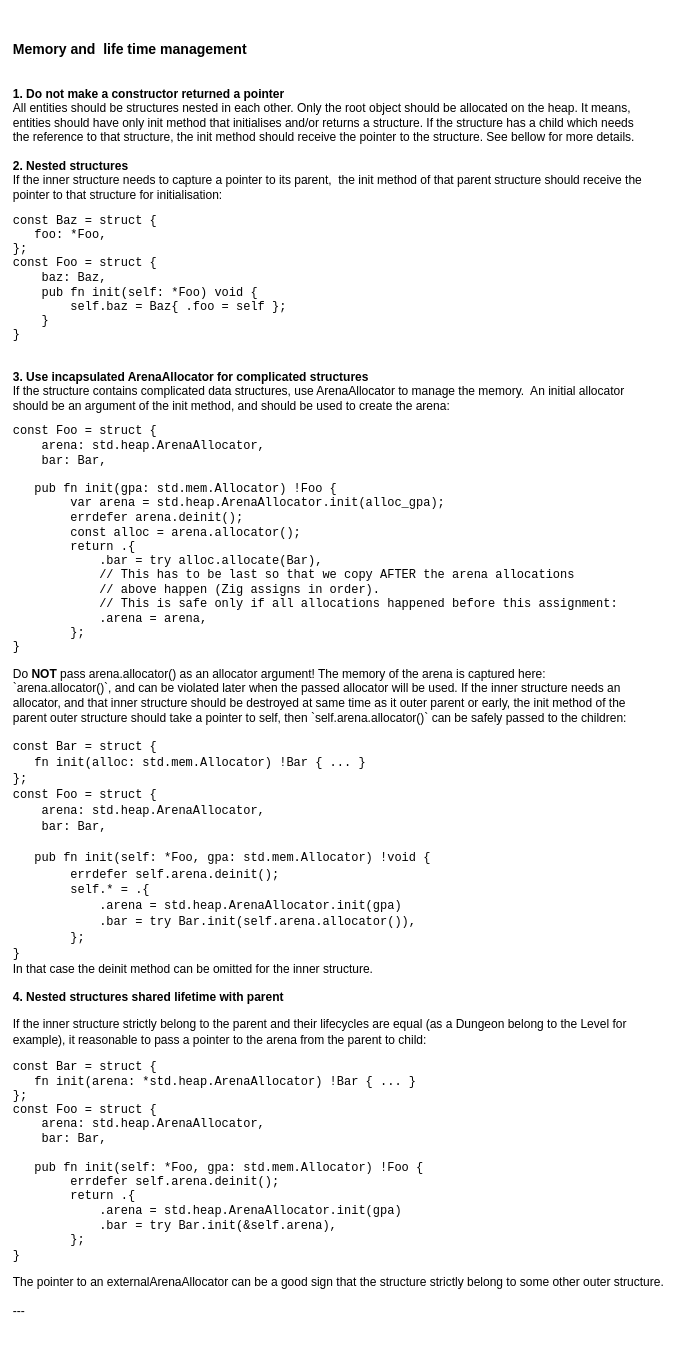
Above: page "Memory and life time management" (2 of 11) of docs/schemas.drawio in vladimir-popov/forgotten_catacombs (draw.io), before the change. Source tidied: cells renumbered, new cells numbered last; positions are measured from the earlier drawing's top-left corner, leaving out a move shared by most shapes. Both pictures are drawn from the tidied source at 75%, with x=0, y=0 at pixel (13, 13).
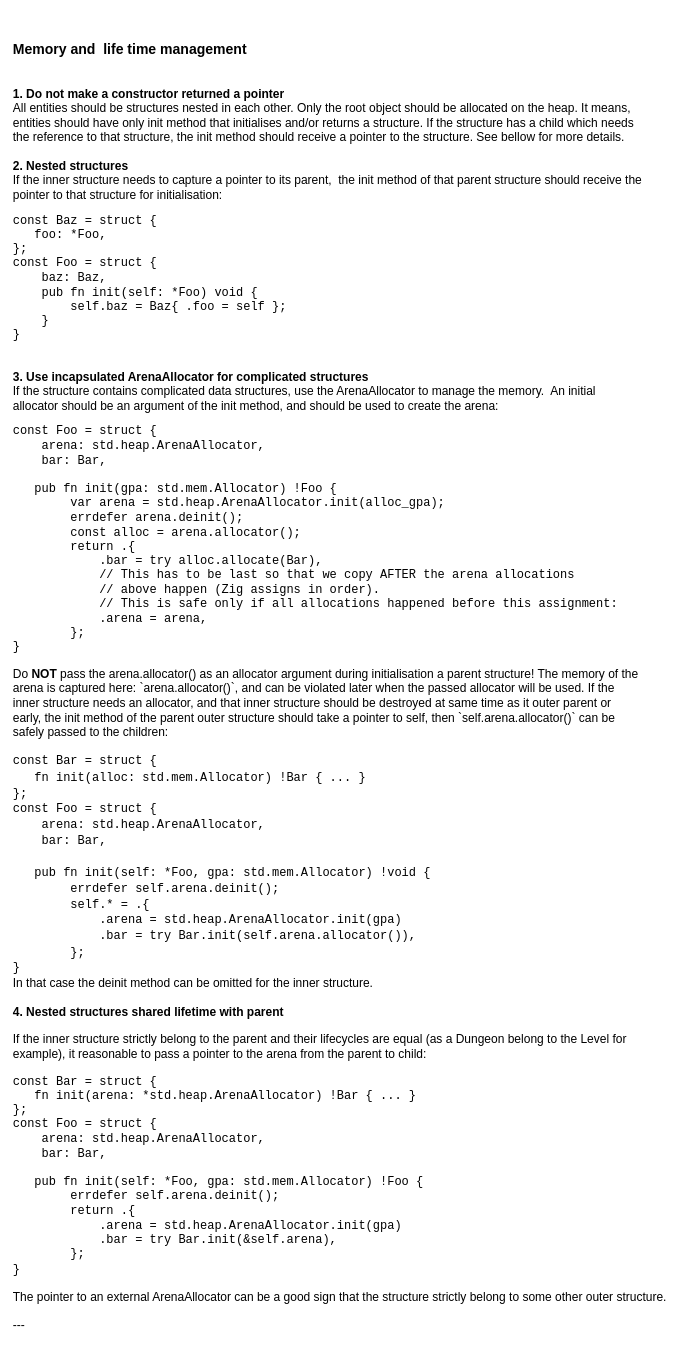
Above is the later version.

Commit message (it also covers changes not shown here):
Add more details to enemies description

Change to the diagram source:
```diff
@@
 <mxGraphModel>
   <root>
     <mxCell id="0" />
     <mxCell id="1" parent="0" />
-    <mxCell id="2" value="&lt;br&gt;&lt;h3&gt;Memory and&amp;nbsp; life time management&lt;/h3&gt;&lt;br&gt;&lt;b&gt;1. Do not make a constructor returned a pointer&lt;br&gt;&lt;/b&gt;All entities should be structures nested in each other. Only the root object should be allocated on the heap. It means, entities should have only init method that initialises and/or returns a structure. If the structure has a child which needs the reference to that structure, the init method should receive the pointer to the structure. See bellow for more details.&lt;div&gt;&lt;b&gt;&lt;br class=&quot;Apple-interchange-newline&quot;&gt;2. Nested structures&lt;br&gt;&lt;/b&gt;&lt;span style=&quot;background-color: initial;&quot;&gt;If the inner structure needs to capture a pointer to its parent,&amp;nbsp;&lt;/span&gt;&amp;nbsp;the init method of that parent structure should receive the pointer to that structure for initialisation:&lt;/div&gt;&lt;div&gt;&lt;pre&gt;const Baz = struct {&lt;br&gt;   foo: *Foo,&lt;br&gt;};&lt;br&gt;const Foo = struct {&amp;nbsp;&lt;br&gt;&amp;nbsp; &amp;nbsp; baz: Baz,&lt;br&gt;    pub fn init(self: *Foo) void {&lt;br&gt;        self.baz = Baz{ .foo = self };&lt;br&gt;    }&lt;br&gt;}&lt;/pre&gt;&lt;br&gt;&lt;b&gt;3. Use incapsulated ArenaAllocator for complicated structures&lt;br&gt;&lt;/b&gt;If the structure contains complicated data structures, use ArenaAllocator to manage the memory.&amp;nbsp; An initial allocator should be an argument of the init method, and should be used to create the arena:&lt;br&gt;&lt;pre&gt;const Foo = struct {&amp;nbsp;&lt;br&gt;&amp;nbsp; &amp;nbsp; arena: std.heap.ArenaAllocator,&lt;br&gt;&amp;nbsp; &amp;nbsp; bar: Bar,&lt;br&gt;&amp;nbsp; &amp;nbsp;&lt;br&gt;&amp;nbsp; &amp;nbsp;pub fn init(gpa: std.mem.Allocator) !Foo {&lt;br&gt;&amp;nbsp; &amp;nbsp; &amp;nbsp; &amp;nbsp; var arena =&amp;nbsp;std.heap.ArenaAllocator.init(alloc_gpa);&lt;br&gt;&amp;nbsp; &amp;nbsp; &amp;nbsp; &amp;nbsp; errdefer arena.deinit();&lt;br&gt;&amp;nbsp; &amp;nbsp; &amp;nbsp; &amp;nbsp; const alloc = arena.allocator();&amp;nbsp; &amp;nbsp; &amp;nbsp; &amp;nbsp; &lt;br&gt;        return .{&lt;br&gt;&amp;nbsp; &amp;nbsp; &amp;nbsp; &amp;nbsp; &amp;nbsp; &amp;nbsp; .bar = try alloc.allocate(Bar),&amp;nbsp; &amp;nbsp; &amp;nbsp; &amp;nbsp; &amp;nbsp; &amp;nbsp;&amp;nbsp;&lt;br&gt;            // This has to be last so that we copy AFTER the arena allocations&lt;br&gt;&amp;nbsp; &amp;nbsp; &amp;nbsp; &amp;nbsp; &amp;nbsp; &amp;nbsp; // above happen (Zig assigns in order).&lt;br&gt;            // This is safe only if all allocations happened before this assignment:&lt;br&gt;&amp;nbsp; &amp;nbsp; &amp;nbsp; &amp;nbsp; &amp;nbsp; &amp;nbsp; .arena = arena,&lt;br&gt;&amp;nbsp; &amp;nbsp; &amp;nbsp; &amp;nbsp; };&lt;br&gt;}&lt;/pre&gt;&lt;div&gt;Do &lt;b&gt;NOT&lt;/b&gt; pass arena.allocator() as an allocator argument! The memory of the arena is captured here: `arena.allocator()`, and can be violated later when the passed allocator will be used. If the inner structure needs an allocator, and that inner structure should be destroyed at same time as it outer parent or early, the init method of the parent outer structure should take a pointer to self, then `self.arena.allocator()` can be safely passed to the children:&lt;/div&gt;&lt;div&gt;&lt;br&gt;&lt;/div&gt;&lt;div&gt;&lt;span style=&quot;font-family: monospace; white-space: pre;&quot;&gt;const Bar = struct {&lt;/span&gt;&lt;br style=&quot;font-family: monospace; white-space: pre;&quot;&gt;&lt;span style=&quot;font-family: monospace; white-space: pre;&quot;&gt;   fn init(alloc: std.mem.Allocator) !Bar { ... }&lt;/span&gt;&lt;br style=&quot;font-family: monospace; white-space: pre;&quot;&gt;&lt;span style=&quot;font-family: monospace; white-space: pre;&quot;&gt;};&lt;/span&gt;&lt;br style=&quot;font-family: monospace; white-space: pre;&quot;&gt;&lt;span style=&quot;font-family: monospace; white-space: pre;&quot;&gt;const Foo = struct {&amp;nbsp;&lt;/span&gt;&lt;br style=&quot;font-family: monospace; white-space: pre;&quot;&gt;&lt;span style=&quot;font-family: monospace; white-space: pre;&quot;&gt;&amp;nbsp; &amp;nbsp; arena: std.heap.ArenaAllocator,&lt;/span&gt;&lt;br style=&quot;font-family: monospace; white-space: pre;&quot;&gt;&lt;span style=&quot;font-family: monospace; white-space: pre;&quot;&gt;&amp;nbsp; &amp;nbsp; bar: Bar,&lt;/span&gt;&lt;br style=&quot;font-family: monospace; white-space: pre;&quot;&gt;&lt;span style=&quot;font-family: monospace; white-space: pre;&quot;&gt;&amp;nbsp; &amp;nbsp;&lt;/span&gt;&lt;br style=&quot;font-family: monospace; white-space: pre;&quot;&gt;&lt;span style=&quot;font-family: monospace; white-space: pre;&quot;&gt;&amp;nbsp; &amp;nbsp;pub fn init(self: *Foo, gpa: std.mem.Allocator) !void {&lt;/span&gt;&lt;br style=&quot;font-family: monospace; white-space: pre;&quot;&gt;&lt;span style=&quot;font-family: monospace; white-space: pre;&quot;&gt;&amp;nbsp; &amp;nbsp; &amp;nbsp; &amp;nbsp; errdefer self.arena.deinit();&amp;nbsp; &amp;nbsp; &amp;nbsp; &amp;nbsp; &lt;/span&gt;&lt;br style=&quot;font-family: monospace; white-space: pre;&quot;&gt;&lt;span style=&quot;font-family: monospace; white-space: pre;&quot;&gt;        self.* = .{&lt;/span&gt;&lt;br style=&quot;font-family: monospace; white-space: pre;&quot;&gt;&lt;span style=&quot;font-family: monospace; white-space: pre;&quot;&gt;            .arena =&amp;nbsp;std.heap.ArenaAllocator.init(gpa)&lt;/span&gt;&lt;br style=&quot;font-family: monospace; white-space: pre;&quot;&gt;&lt;span style=&quot;font-family: monospace; white-space: pre;&quot;&gt;&amp;nbsp; &amp;nbsp; &amp;nbsp; &amp;nbsp; &amp;nbsp; &amp;nbsp; .bar = try Bar.init(self.arena.allocator()),&lt;/span&gt;&lt;br style=&quot;font-family: monospace; white-space: pre;&quot;&gt;&lt;span style=&quot;font-family: monospace; white-space: pre;&quot;&gt;&amp;nbsp; &amp;nbsp; &amp;nbsp; &amp;nbsp; };&lt;/span&gt;&lt;br style=&quot;font-family: monospace; white-space: pre;&quot;&gt;&lt;span style=&quot;font-family: monospace; white-space: pre;&quot;&gt;}&lt;/span&gt;&lt;span style=&quot;background-color: initial;&quot;&gt;&amp;nbsp;&lt;/span&gt;&lt;/div&gt;&lt;div&gt;&lt;span style=&quot;background-color: initial;&quot;&gt;In that case the deinit method can be omitted for the inner structure.&lt;/span&gt;&lt;br&gt;&lt;/div&gt;&lt;div&gt;&lt;br&gt;&lt;b&gt;4. Nested structures shared lifetime with parent&lt;br&gt;&lt;/b&gt;&lt;pre&gt;&lt;p&gt;&lt;font face=&quot;Helvetica&quot;&gt;&lt;span style=&quot;white-space: normal;&quot;&gt;If the inner structure strictly belong to the parent and their lifecycles are equal&amp;nbsp;&lt;/span&gt;&lt;/font&gt;&lt;span style=&quot;font-family: Helvetica; white-space: normal; background-color: initial;&quot;&gt;(as a Dungeon belong to the Level for example)&lt;/span&gt;&lt;span style=&quot;white-space: normal; font-family: Helvetica; background-color: initial;&quot;&gt;, it reasonable to pass a pointer to the arena from the parent to child:&lt;/span&gt;&lt;/p&gt;&lt;p&gt;const Bar = struct {&lt;br&gt;   fn init(arena: *std.heap.ArenaAllocator) !Bar { ... }&lt;br&gt;};&lt;br&gt;const Foo = struct {&amp;nbsp;&lt;br&gt;&amp;nbsp; &amp;nbsp; arena: std.heap.ArenaAllocator,&lt;br&gt;&amp;nbsp; &amp;nbsp; bar: Bar,&lt;br&gt;&amp;nbsp; &amp;nbsp;&lt;br&gt;&amp;nbsp; &amp;nbsp;pub fn init(self: *Foo, gpa: std.mem.Allocator) !Foo {&lt;br&gt;&amp;nbsp; &amp;nbsp; &amp;nbsp; &amp;nbsp; errdefer self.arena.deinit(); &amp;nbsp; &amp;nbsp; &amp;nbsp; &lt;br&gt;        return .{&lt;br&gt;            .arena =&amp;nbsp;std.heap.ArenaAllocator.init(gpa)&lt;br&gt;&amp;nbsp; &amp;nbsp; &amp;nbsp; &amp;nbsp; &amp;nbsp; &amp;nbsp; .bar = try Bar.init(&amp;amp;self.arena),&lt;br&gt;&amp;nbsp; &amp;nbsp; &amp;nbsp; &amp;nbsp; };&lt;br&gt;}&lt;span style=&quot;white-space: normal; font-family: Helvetica; background-color: initial;&quot;&gt;&lt;br&gt;&lt;/span&gt;&lt;/p&gt;&lt;p&gt;&lt;font face=&quot;Helvetica&quot;&gt;The pointer to an externalArenaAllocator can be a good sign that the structure strictly belong to some other outer structure.&lt;/font&gt;&lt;/p&gt;&lt;p&gt;&lt;span style=&quot;white-space: normal; font-family: Helvetica; background-color: initial;&quot;&gt;---&lt;/span&gt;&lt;/p&gt;&lt;/pre&gt;&lt;/div&gt;&lt;/div&gt;" style="text;html=1;overflow=block;rounded=0;spacing=5;spacingLeft=0;spacingRight=0;fontSize=16;whiteSpace=wrap;" parent="1" vertex="1">
+    <mxCell id="2" value="&lt;br&gt;&lt;h3&gt;Memory and&amp;nbsp; life time management&lt;/h3&gt;&lt;br&gt;&lt;b&gt;1. Do not make a constructor returned a pointer&lt;br&gt;&lt;/b&gt;All entities should be structures nested in each other. Only the root object should be allocated on the heap. It means, entities should have only init method that initialises and/or returns a structure. If the structure has a child which needs the reference to that structure, the init method should receive a pointer to the structure. See bellow for more details.&lt;div&gt;&lt;b&gt;&lt;br class=&quot;Apple-interchange-newline&quot;&gt;2. Nested structures&lt;br&gt;&lt;/b&gt;&lt;span style=&quot;background-color: initial;&quot;&gt;If the inner structure needs to capture a pointer to its parent,&amp;nbsp;&lt;/span&gt;&amp;nbsp;the init method of that parent structure should receive the pointer to that structure for initialisation:&lt;/div&gt;&lt;div&gt;&lt;pre&gt;const Baz = struct {&lt;br&gt;   foo: *Foo,&lt;br&gt;};&lt;br&gt;const Foo = struct {&amp;nbsp;&lt;br&gt;&amp;nbsp; &amp;nbsp; baz: Baz,&lt;br&gt;    pub fn init(self: *Foo) void {&lt;br&gt;        self.baz = Baz{ .foo = self };&lt;br&gt;    }&lt;br&gt;}&lt;/pre&gt;&lt;br&gt;&lt;b&gt;3. Use incapsulated ArenaAllocator for complicated structures&lt;br&gt;&lt;/b&gt;If the structure contains complicated data structures, use the ArenaAllocator to manage the memory.&amp;nbsp; An initial allocator should be an argument of the init method, and should be used to create the arena:&lt;br&gt;&lt;pre&gt;const Foo = struct {&amp;nbsp;&lt;br&gt;&amp;nbsp; &amp;nbsp; arena: std.heap.ArenaAllocator,&lt;br&gt;&amp;nbsp; &amp;nbsp; bar: Bar,&lt;br&gt;&amp;nbsp; &amp;nbsp;&lt;br&gt;&amp;nbsp; &amp;nbsp;pub fn init(gpa: std.mem.Allocator) !Foo {&lt;br&gt;&amp;nbsp; &amp;nbsp; &amp;nbsp; &amp;nbsp; var arena =&amp;nbsp;std.heap.ArenaAllocator.init(alloc_gpa);&lt;br&gt;&amp;nbsp; &amp;nbsp; &amp;nbsp; &amp;nbsp; errdefer arena.deinit();&lt;br&gt;&amp;nbsp; &amp;nbsp; &amp;nbsp; &amp;nbsp; const alloc = arena.allocator();&amp;nbsp; &amp;nbsp; &amp;nbsp; &amp;nbsp; &lt;br&gt;        return .{&lt;br&gt;&amp;nbsp; &amp;nbsp; &amp;nbsp; &amp;nbsp; &amp;nbsp; &amp;nbsp; .bar = try alloc.allocate(Bar),&amp;nbsp; &amp;nbsp; &amp;nbsp; &amp;nbsp; &amp;nbsp; &amp;nbsp;&amp;nbsp;&lt;br&gt;            // This has to be last so that we copy AFTER the arena allocations&lt;br&gt;&amp;nbsp; &amp;nbsp; &amp;nbsp; &amp;nbsp; &amp;nbsp; &amp;nbsp; // above happen (Zig assigns in order).&lt;br&gt;            // This is safe only if all allocations happened before this assignment:&lt;br&gt;&amp;nbsp; &amp;nbsp; &amp;nbsp; &amp;nbsp; &amp;nbsp; &amp;nbsp; .arena = arena,&lt;br&gt;&amp;nbsp; &amp;nbsp; &amp;nbsp; &amp;nbsp; };&lt;br&gt;}&lt;/pre&gt;&lt;div&gt;Do &lt;b&gt;NOT&lt;/b&gt; pass the arena.allocator() as an allocator argument during initialisation a parent structure! The memory of the arena is captured here: `arena.allocator()`, and can be violated later when the passed allocator will be used. If the inner structure needs an allocator, and that inner structure should be destroyed at same time as it outer parent or early, the init method of the parent outer structure should take a pointer to self, then `self.arena.allocator()` can be safely passed to the children:&lt;/div&gt;&lt;div&gt;&lt;br&gt;&lt;/div&gt;&lt;div&gt;&lt;span style=&quot;font-family: monospace; white-space: pre;&quot;&gt;const Bar = struct {&lt;/span&gt;&lt;br style=&quot;font-family: monospace; white-space: pre;&quot;&gt;&lt;span style=&quot;font-family: monospace; white-space: pre;&quot;&gt;   fn init(alloc: std.mem.Allocator) !Bar { ... }&lt;/span&gt;&lt;br style=&quot;font-family: monospace; white-space: pre;&quot;&gt;&lt;span style=&quot;font-family: monospace; white-space: pre;&quot;&gt;};&lt;/span&gt;&lt;br style=&quot;font-family: monospace; white-space: pre;&quot;&gt;&lt;span style=&quot;font-family: monospace; white-space: pre;&quot;&gt;const Foo = struct {&amp;nbsp;&lt;/span&gt;&lt;br style=&quot;font-family: monospace; white-space: pre;&quot;&gt;&lt;span style=&quot;font-family: monospace; white-space: pre;&quot;&gt;&amp;nbsp; &amp;nbsp; arena: std.heap.ArenaAllocator,&lt;/span&gt;&lt;br style=&quot;font-family: monospace; white-space: pre;&quot;&gt;&lt;span style=&quot;font-family: monospace; white-space: pre;&quot;&gt;&amp;nbsp; &amp;nbsp; bar: Bar,&lt;/span&gt;&lt;br style=&quot;font-family: monospace; white-space: pre;&quot;&gt;&lt;span style=&quot;font-family: monospace; white-space: pre;&quot;&gt;&amp;nbsp; &amp;nbsp;&lt;/span&gt;&lt;br style=&quot;font-family: monospace; white-space: pre;&quot;&gt;&lt;span style=&quot;font-family: monospace; white-space: pre;&quot;&gt;&amp;nbsp; &amp;nbsp;pub fn init(self: *Foo, gpa: std.mem.Allocator) !void {&lt;/span&gt;&lt;br style=&quot;font-family: monospace; white-space: pre;&quot;&gt;&lt;span style=&quot;font-family: monospace; white-space: pre;&quot;&gt;&amp;nbsp; &amp;nbsp; &amp;nbsp; &amp;nbsp; errdefer self.arena.deinit();&amp;nbsp; &amp;nbsp; &amp;nbsp; &amp;nbsp; &lt;/span&gt;&lt;br style=&quot;font-family: monospace; white-space: pre;&quot;&gt;&lt;span style=&quot;font-family: monospace; white-space: pre;&quot;&gt;        self.* = .{&lt;/span&gt;&lt;br style=&quot;font-family: monospace; white-space: pre;&quot;&gt;&lt;span style=&quot;font-family: monospace; white-space: pre;&quot;&gt;            .arena =&amp;nbsp;std.heap.ArenaAllocator.init(gpa)&lt;/span&gt;&lt;br style=&quot;font-family: monospace; white-space: pre;&quot;&gt;&lt;span style=&quot;font-family: monospace; white-space: pre;&quot;&gt;&amp;nbsp; &amp;nbsp; &amp;nbsp; &amp;nbsp; &amp;nbsp; &amp;nbsp; .bar = try Bar.init(self.arena.allocator()),&lt;/span&gt;&lt;br style=&quot;font-family: monospace; white-space: pre;&quot;&gt;&lt;span style=&quot;font-family: monospace; white-space: pre;&quot;&gt;&amp;nbsp; &amp;nbsp; &amp;nbsp; &amp;nbsp; };&lt;/span&gt;&lt;br style=&quot;font-family: monospace; white-space: pre;&quot;&gt;&lt;span style=&quot;font-family: monospace; white-space: pre;&quot;&gt;}&lt;/span&gt;&lt;span style=&quot;background-color: initial;&quot;&gt;&amp;nbsp;&lt;/span&gt;&lt;/div&gt;&lt;div&gt;&lt;span style=&quot;background-color: initial;&quot;&gt;In that case the deinit method can be omitted for the inner structure.&lt;/span&gt;&lt;br&gt;&lt;/div&gt;&lt;div&gt;&lt;br&gt;&lt;b&gt;4. Nested structures shared lifetime with parent&lt;br&gt;&lt;/b&gt;&lt;pre&gt;&lt;p&gt;&lt;font face=&quot;Helvetica&quot;&gt;&lt;span style=&quot;white-space: normal;&quot;&gt;If the inner structure strictly belong to the parent and their lifecycles are equal&amp;nbsp;&lt;/span&gt;&lt;/font&gt;&lt;span style=&quot;font-family: Helvetica; white-space: normal; background-color: initial;&quot;&gt;(as a Dungeon belong to the Level for example)&lt;/span&gt;&lt;span style=&quot;white-space: normal; font-family: Helvetica; background-color: initial;&quot;&gt;, it reasonable to pass a pointer to the arena from the parent to child:&lt;/span&gt;&lt;/p&gt;&lt;p&gt;const Bar = struct {&lt;br&gt;   fn init(arena: *std.heap.ArenaAllocator) !Bar { ... }&lt;br&gt;};&lt;br&gt;const Foo = struct {&amp;nbsp;&lt;br&gt;&amp;nbsp; &amp;nbsp; arena: std.heap.ArenaAllocator,&lt;br&gt;&amp;nbsp; &amp;nbsp; bar: Bar,&lt;br&gt;&amp;nbsp; &amp;nbsp;&lt;br&gt;&amp;nbsp; &amp;nbsp;pub fn init(self: *Foo, gpa: std.mem.Allocator) !Foo {&lt;br&gt;&amp;nbsp; &amp;nbsp; &amp;nbsp; &amp;nbsp; errdefer self.arena.deinit(); &amp;nbsp; &amp;nbsp; &amp;nbsp; &lt;br&gt;        return .{&lt;br&gt;            .arena =&amp;nbsp;std.heap.ArenaAllocator.init(gpa)&lt;br&gt;&amp;nbsp; &amp;nbsp; &amp;nbsp; &amp;nbsp; &amp;nbsp; &amp;nbsp; .bar = try Bar.init(&amp;amp;self.arena),&lt;br&gt;&amp;nbsp; &amp;nbsp; &amp;nbsp; &amp;nbsp; };&lt;br&gt;}&lt;span style=&quot;white-space: normal; font-family: Helvetica; background-color: initial;&quot;&gt;&lt;br&gt;&lt;/span&gt;&lt;/p&gt;&lt;p&gt;&lt;font face=&quot;Helvetica&quot;&gt;The pointer to an external ArenaAllocator can be a good sign that the structure strictly belong to some other outer structure.&lt;/font&gt;&lt;/p&gt;&lt;p&gt;&lt;span style=&quot;white-space: normal; font-family: Helvetica; background-color: initial;&quot;&gt;---&lt;/span&gt;&lt;/p&gt;&lt;/pre&gt;&lt;/div&gt;&lt;/div&gt;" style="text;html=1;overflow=block;rounded=0;spacing=5;spacingLeft=0;spacingRight=0;fontSize=16;whiteSpace=wrap;" parent="1" vertex="1">
       <mxGeometry width="840" height="1690" as="geometry" />
     </mxCell>
   </root>
 </mxGraphModel>
```
